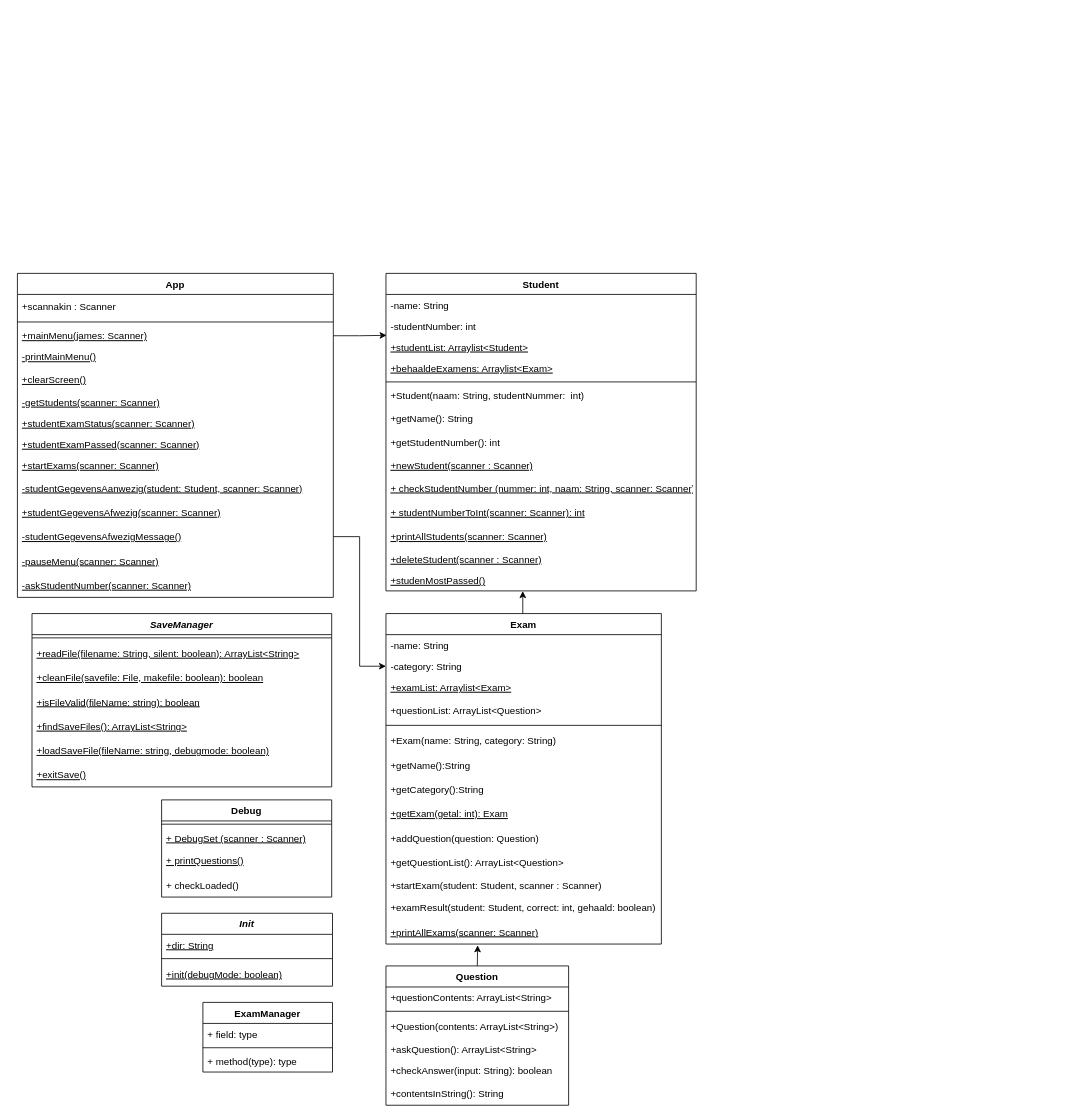
Before: UML.drawio in Studeeric/proj1, a draw.io diagram. Source tidied: cells renumbered, new cells numbered last; positions are measured from the earlier drawing's top-left corner, leaving out a move shared by most shapes. Both pictures are drawn from the tidied source at 81%, with x=0, y=0 at pixel (17, 273).
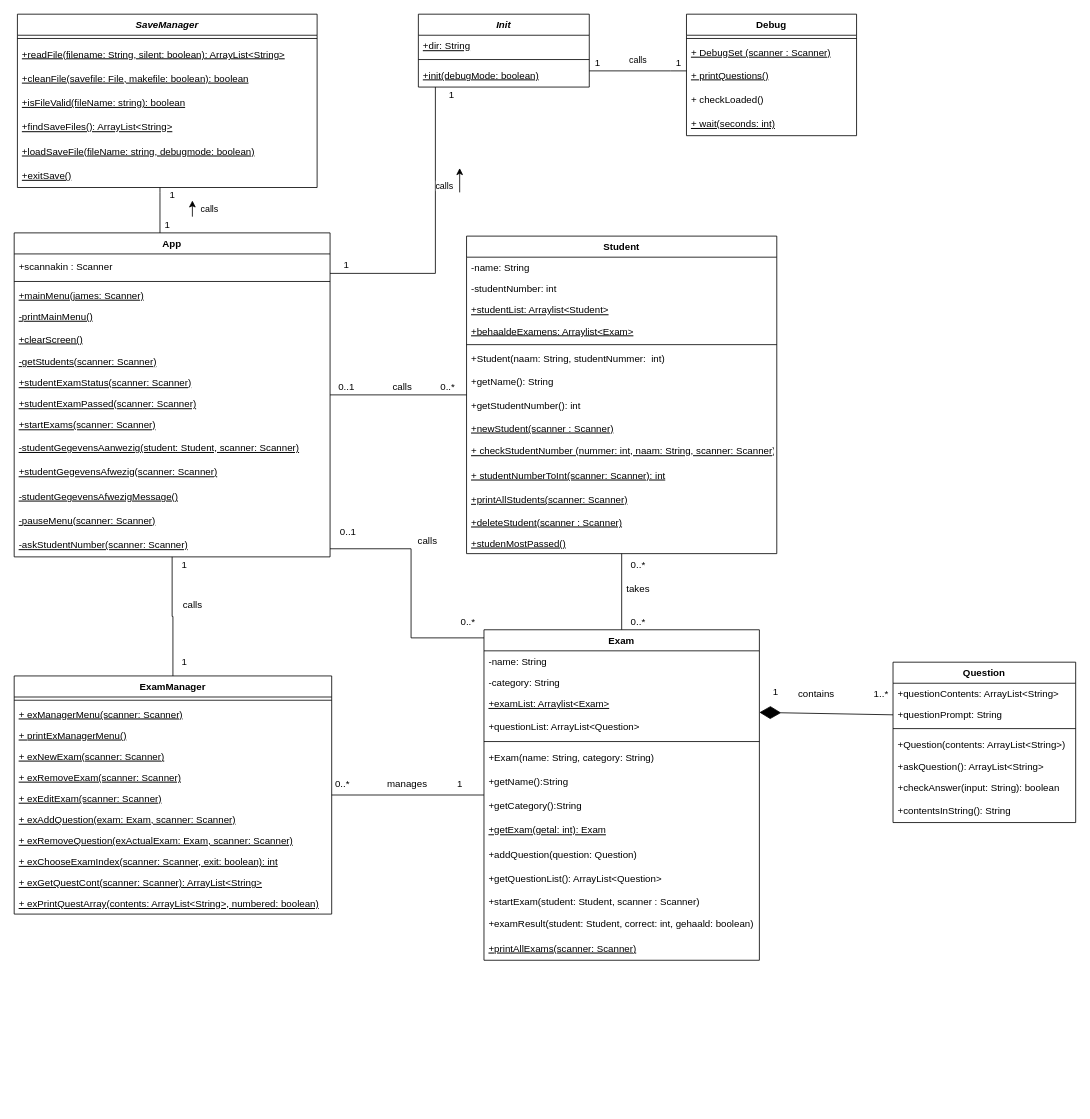
After the change.

Unchanged cells that the change refers to:
```xml
<mxCell id="5" value="+studentList: Arraylist&lt;Student&gt;" style="text;strokeColor=none;fillColor=none;align=left;verticalAlign=top;spacingLeft=4;spacingRight=4;overflow=hidden;points=[[0,0.5],[1,0.5]];portConstraint=eastwest;fontStyle=4;" parent="2" vertex="1">
  <mxGeometry y="78" width="383" height="26" as="geometry" />
</mxCell>
<mxCell id="16" value="+studenMostPassed()" style="text;strokeColor=none;fillColor=none;align=left;verticalAlign=top;spacingLeft=4;spacingRight=4;overflow=hidden;points=[[0,0.5],[1,0.5]];portConstraint=eastwest;fontStyle=4;" parent="2" vertex="1">
  <mxGeometry y="366" width="383" height="26" as="geometry" />
</mxCell>
<mxCell id="20" value="-category: String" style="text;strokeColor=none;fillColor=none;align=left;verticalAlign=top;spacingLeft=4;spacingRight=4;overflow=hidden;points=[[0,0.5],[1,0.5]];portConstraint=eastwest;" parent="18" vertex="1">
  <mxGeometry y="52" width="340" height="26" as="geometry" />
</mxCell>
<mxCell id="32" value="+printAllExams(scanner: Scanner)" style="text;strokeColor=none;fillColor=none;align=left;verticalAlign=middle;spacingLeft=4;spacingRight=4;overflow=hidden;points=[[0,0.5],[1,0.5]];portConstraint=eastwest;fontStyle=4;" parent="18" vertex="1">
  <mxGeometry y="378" width="340" height="30" as="geometry" />
</mxCell>
<mxCell id="36" value="+mainMenu(james: Scanner)" style="text;strokeColor=none;fillColor=none;align=left;verticalAlign=top;spacingLeft=4;spacingRight=4;overflow=hidden;points=[[0,0.5],[1,0.5]];portConstraint=eastwest;fontStyle=4;" parent="33" vertex="1">
  <mxGeometry y="64" width="390" height="26" as="geometry" />
</mxCell>
<mxCell id="45" value="-studentGegevensAfwezigMessage()" style="text;strokeColor=none;fillColor=none;align=left;verticalAlign=middle;spacingLeft=4;spacingRight=4;overflow=hidden;points=[[0,0.5],[1,0.5]];portConstraint=eastwest;fontStyle=4;" parent="33" vertex="1">
  <mxGeometry y="310" width="390" height="30" as="geometry" />
</mxCell>
```

The edit, as a diff of the source:
```diff
@@
     <mxCell id="2" value="Student" style="swimlane;fontStyle=1;align=center;verticalAlign=top;horizontal=1;startSize=26;" parent="1" vertex="1">
-      <mxGeometry x="455" width="383" height="392" as="geometry" />
+      <mxGeometry x="554.5" y="-46" width="383" height="392" as="geometry" />
     </mxCell>
@@
-    <mxCell id="17" style="edgeStyle=orthogonalEdgeStyle;rounded=0;jettySize=auto;html=1;exitX=0.5;exitY=0;exitDx=0;exitDy=0;entryX=0.441;entryY=1.013;entryDx=0;entryDy=0;entryPerimeter=0;" parent="1" edge="1" source="18" target="16">
-      <mxGeometry relative="1" as="geometry" />
-    </mxCell>
     <mxCell id="18" value="Exam" style="swimlane;fontStyle=1;align=center;verticalAlign=top;horizontal=1;startSize=26;" parent="1" vertex="1">
-      <mxGeometry x="455" y="420" width="340" height="408" as="geometry" />
+      <mxGeometry x="576" y="440" width="340" height="408" as="geometry" />
     </mxCell>
@@
     <mxCell id="33" value="App" style="swimlane;fontStyle=1;align=center;verticalAlign=top;horizontal=1;startSize=26;" parent="1" vertex="1">
-      <mxGeometry width="390" height="400" as="geometry" />
+      <mxGeometry x="-4" y="-50" width="390" height="400" as="geometry" />
     </mxCell>
@@
-    <mxCell id="48" style="edgeStyle=orthogonalEdgeStyle;rounded=0;jettySize=auto;html=1;exitX=0.5;exitY=0;exitDx=0;exitDy=0;entryX=0.333;entryY=1.053;entryDx=0;entryDy=0;entryPerimeter=0;" parent="1" edge="1" source="49" target="32">
-      <mxGeometry relative="1" as="geometry" />
-    </mxCell>
     <mxCell id="49" value="Question" style="swimlane;fontStyle=1;align=center;verticalAlign=top;horizontal=1;startSize=26;" parent="1" vertex="1">
-      <mxGeometry x="455" y="855" width="225.5" height="172" as="geometry" />
+      <mxGeometry x="1081" y="480" width="225.5" height="198" as="geometry" />
     </mxCell>
@@
+    <mxCell id="79" value="+questionPrompt: String" style="text;strokeColor=none;fillColor=none;align=left;verticalAlign=top;spacingLeft=4;spacingRight=4;overflow=hidden;points=[[0,0.5],[1,0.5]];portConstraint=eastwest;" parent="49" vertex="1">
+      <mxGeometry y="52" width="225.5" height="26" as="geometry" />
+    </mxCell>
     <mxCell id="51" style="line;strokeWidth=1;fillColor=none;align=left;verticalAlign=middle;spacingTop=-1;spacingLeft=3;spacingRight=3;labelPosition=right;" parent="49" vertex="1">
-      <mxGeometry y="52" width="225.5" height="8" as="geometry" />
+      <mxGeometry y="78" width="225.5" height="8" as="geometry" />
     </mxCell>
     <mxCell id="52" value="+Question(contents: ArrayList&lt;String&gt;)" style="text;strokeColor=none;fillColor=none;align=left;verticalAlign=middle;spacingLeft=4;spacingRight=4;overflow=hidden;" parent="49" vertex="1">
-      <mxGeometry y="60" width="225.5" height="30" as="geometry" />
+      <mxGeometry y="86" width="225.5" height="30" as="geometry" />
     </mxCell>
     <mxCell id="53" value="+askQuestion(): ArrayList&lt;String&gt;" style="text;strokeColor=none;fillColor=none;align=left;verticalAlign=top;spacingLeft=4;spacingRight=4;overflow=hidden;" parent="49" vertex="1">
-      <mxGeometry y="90" width="225.5" height="26" as="geometry" />
+      <mxGeometry y="116" width="225.5" height="26" as="geometry" />
     </mxCell>
     <mxCell id="54" value="+checkAnswer(input: String): boolean&#10;" style="text;strokeColor=none;fillColor=none;align=left;verticalAlign=top;spacingLeft=4;spacingRight=4;overflow=hidden;" parent="49" vertex="1">
-      <mxGeometry y="116" width="225.5" height="26" as="geometry" />
+      <mxGeometry y="142" width="225.5" height="26" as="geometry" />
     </mxCell>
     <mxCell id="55" value="+contentsInString(): String" style="text;strokeColor=none;fillColor=none;align=left;verticalAlign=middle;spacingLeft=4;spacingRight=4;overflow=hidden;" parent="49" vertex="1">
-      <mxGeometry y="142" width="225.5" height="30" as="geometry" />
+      <mxGeometry y="168" width="225.5" height="30" as="geometry" />
     </mxCell>
     <mxCell id="56" value="SaveManager" style="swimlane;fontStyle=3;align=center;verticalAlign=top;horizontal=1;startSize=26;" parent="1" vertex="1">
-      <mxGeometry x="18" y="420" width="370" height="214" as="geometry" />
+      <mxGeometry y="-320" width="370" height="214" as="geometry" />
     </mxCell>
@@
     <mxCell id="64" value="Init" style="swimlane;fontStyle=3;align=center;verticalAlign=top;horizontal=1;startSize=26;" parent="1" vertex="1">
-      <mxGeometry x="178" y="790" width="211" height="90" as="geometry" />
+      <mxGeometry x="495" y="-320" width="211" height="90" as="geometry" />
     </mxCell>
@@
     <mxCell id="68" value="Debug" style="swimlane;fontStyle=1;align=center;verticalAlign=top;horizontal=1;startSize=26;" parent="1" vertex="1">
-      <mxGeometry x="178" y="650" width="210" height="120" as="geometry" />
+      <mxGeometry x="826" y="-320" width="210" height="150" as="geometry" />
     </mxCell>
@@
+    <mxCell id="80" value="+ wait(seconds: int)" style="text;strokeColor=none;fillColor=none;align=left;verticalAlign=middle;spacingLeft=4;spacingRight=4;overflow=hidden;fontStyle=4;" parent="68" vertex="1">
+      <mxGeometry y="120" width="210" height="30" as="geometry" />
+    </mxCell>
     <mxCell id="73" value="ExamManager" style="swimlane;fontStyle=1;align=center;verticalAlign=top;horizontal=1;startSize=26;" parent="1" vertex="1">
-      <mxGeometry x="229" y="900" width="160" height="86" as="geometry" />
+      <mxGeometry x="-4" y="497" width="392" height="294" as="geometry" />
     </mxCell>
-    <mxCell id="74" value="+ field: type" style="text;strokeColor=none;fillColor=none;align=left;verticalAlign=top;spacingLeft=4;spacingRight=4;overflow=hidden;" parent="73" vertex="1">
-      <mxGeometry y="26" width="160" height="26" as="geometry" />
-    </mxCell>
     <mxCell id="75" style="line;strokeWidth=1;fillColor=none;align=left;verticalAlign=middle;spacingTop=-1;spacingLeft=3;spacingRight=3;labelPosition=right;" parent="73" vertex="1">
-      <mxGeometry y="52" width="160" height="8" as="geometry" />
+      <mxGeometry y="26" width="392" height="8" as="geometry" />
     </mxCell>
-    <mxCell id="76" value="+ method(type): type" style="text;strokeColor=none;fillColor=none;align=left;verticalAlign=top;spacingLeft=4;spacingRight=4;overflow=hidden;" parent="73" vertex="1">
-      <mxGeometry y="60" width="160" height="26" as="geometry" />
+    <mxCell id="76" value="+ exManagerMenu(scanner: Scanner)" style="text;strokeColor=none;fillColor=none;align=left;verticalAlign=top;spacingLeft=4;spacingRight=4;overflow=hidden;fontStyle=4;" parent="73" vertex="1">
+      <mxGeometry y="34" width="392" height="26" as="geometry" />
     </mxCell>
-    <mxCell id="77" style="edgeStyle=orthogonalEdgeStyle;rounded=0;jettySize=auto;html=1;exitX=1;exitY=0.5;exitDx=0;exitDy=0;entryX=0.002;entryY=-0.058;entryDx=0;entryDy=0;entryPerimeter=0;" parent="1" edge="1" source="36" target="5">
-      <mxGeometry relative="1" as="geometry" />
-    </mxCell>
-    <mxCell id="78" style="edgeStyle=orthogonalEdgeStyle;rounded=0;jettySize=auto;html=1;exitX=1;exitY=0.5;exitDx=0;exitDy=0;" parent="1" edge="1" source="45" target="20">
-      <mxGeometry relative="1" as="geometry" />
-    </mxCell>
+    <mxCell id="81" value="+ printExManagerMenu()" style="text;strokeColor=none;fillColor=none;align=left;verticalAlign=top;spacingLeft=4;spacingRight=4;overflow=hidden;fontStyle=4;" parent="73" vertex="1">
+      <mxGeometry y="60" width="392" height="26" as="geometry" />
+    </mxCell>
+    <mxCell id="82" value="+ exNewExam(scanner: Scanner)" style="text;strokeColor=none;fillColor=none;align=left;verticalAlign=top;spacingLeft=4;spacingRight=4;overflow=hidden;fontStyle=4;" parent="73" vertex="1">
+      <mxGeometry y="86" width="392" height="26" as="geometry" />
+    </mxCell>
+    <mxCell id="83" value="+ exRemoveExam(scanner: Scanner)" style="text;strokeColor=none;fillColor=none;align=left;verticalAlign=top;spacingLeft=4;spacingRight=4;overflow=hidden;fontStyle=4;" parent="73" vertex="1">
+      <mxGeometry y="112" width="392" height="26" as="geometry" />
+    </mxCell>
+    <mxCell id="84" value="+ exEditExam(scanner: Scanner)" style="text;strokeColor=none;fillColor=none;align=left;verticalAlign=top;spacingLeft=4;spacingRight=4;overflow=hidden;fontStyle=4;" parent="73" vertex="1">
+      <mxGeometry y="138" width="392" height="26" as="geometry" />
+    </mxCell>
+    <mxCell id="85" value="+ exAddQuestion(exam: Exam, scanner: Scanner)" style="text;strokeColor=none;fillColor=none;align=left;verticalAlign=top;spacingLeft=4;spacingRight=4;overflow=hidden;fontStyle=4;" parent="73" vertex="1">
+      <mxGeometry y="164" width="392" height="26" as="geometry" />
+    </mxCell>
+    <mxCell id="86" value="+ exRemoveQuestion(exActualExam: Exam, scanner: Scanner)" style="text;strokeColor=none;fillColor=none;align=left;verticalAlign=top;spacingLeft=4;spacingRight=4;overflow=hidden;fontStyle=4;" parent="73" vertex="1">
+      <mxGeometry y="190" width="392" height="26" as="geometry" />
+    </mxCell>
+    <mxCell id="87" value="+ exChooseExamIndex(scanner: Scanner, exit: boolean): int" style="text;strokeColor=none;fillColor=none;align=left;verticalAlign=top;spacingLeft=4;spacingRight=4;overflow=hidden;fontStyle=4;" parent="73" vertex="1">
+      <mxGeometry y="216" width="392" height="26" as="geometry" />
+    </mxCell>
+    <mxCell id="88" value="+ exGetQuestCont(scanner: Scanner): ArrayList&lt;String&gt;" style="text;strokeColor=none;fillColor=none;align=left;verticalAlign=top;spacingLeft=4;spacingRight=4;overflow=hidden;fontStyle=4;" parent="73" vertex="1">
+      <mxGeometry y="242" width="392" height="26" as="geometry" />
+    </mxCell>
+    <mxCell id="89" value="+ exPrintQuestArray(contents: ArrayList&lt;String&gt;, numbered: boolean)" style="text;strokeColor=none;fillColor=none;align=left;verticalAlign=top;spacingLeft=4;spacingRight=4;overflow=hidden;fontStyle=4;" parent="73" vertex="1">
+      <mxGeometry y="268" width="392" height="26" as="geometry" />
+    </mxCell>
+    <mxCell id="90" style="endArrow=diamondThin;endFill=1;endSize=24;html=1;rounded=0;entryX=1;entryY=0.25;entryDx=0;entryDy=0;exitX=0;exitY=0.5;exitDx=0;exitDy=0;" parent="1" edge="1" source="79" target="18">
+      <mxGeometry relative="1" as="geometry" />
+    </mxCell>
+    <mxCell id="91" value="contains" style="text;html=1;align=center;verticalAlign=middle;strokeColor=none;fillColor=none;" parent="1" vertex="1">
+      <mxGeometry x="956" y="510" width="60" height="20" as="geometry" />
+    </mxCell>
+    <mxCell id="92" value="1..*" style="text;html=1;align=center;verticalAlign=middle;strokeColor=none;fillColor=none;" parent="1" vertex="1">
+      <mxGeometry x="1051" y="510" width="30" height="20" as="geometry" />
+    </mxCell>
+    <mxCell id="93" value="1" style="text;html=1;align=center;verticalAlign=middle;strokeColor=none;fillColor=none;" parent="1" vertex="1">
+      <mxGeometry x="926" y="507" width="20" height="20" as="geometry" />
+    </mxCell>
+    <mxCell id="94" style="endArrow=none;html=1;edgeStyle=orthogonalEdgeStyle;rounded=0;" parent="1" edge="1" source="73" target="18">
+      <mxGeometry relative="1" as="geometry" />
+    </mxCell>
+    <mxCell id="95" value="manages" style="text;html=1;align=center;verticalAlign=middle;strokeColor=none;fillColor=none;" parent="1" vertex="1">
+      <mxGeometry x="446" y="620" width="70" height="20" as="geometry" />
+    </mxCell>
+    <mxCell id="96" value="0..*" style="text;html=1;align=center;verticalAlign=middle;strokeColor=none;fillColor=none;" parent="1" vertex="1">
+      <mxGeometry x="386" y="620" width="30" height="20" as="geometry" />
+    </mxCell>
+    <mxCell id="97" value="1" style="text;html=1;align=center;verticalAlign=middle;strokeColor=none;fillColor=none;" parent="1" vertex="1">
+      <mxGeometry x="536" y="620" width="20" height="20" as="geometry" />
+    </mxCell>
+    <mxCell id="98" style="endArrow=none;html=1;edgeStyle=orthogonalEdgeStyle;rounded=0;" parent="1" edge="1" source="33" target="73">
+      <mxGeometry relative="1" as="geometry" />
+    </mxCell>
+    <mxCell id="99" style="endArrow=none;html=1;edgeStyle=orthogonalEdgeStyle;rounded=0;" parent="1" edge="1" source="33" target="2">
+      <mxGeometry relative="1" as="geometry" />
+    </mxCell>
+    <mxCell id="100" style="endArrow=none;html=1;edgeStyle=orthogonalEdgeStyle;rounded=0;" parent="1" edge="1" source="33" target="18">
+      <mxGeometry relative="1" as="geometry">
+        <Array as="points">
+          <mxPoint x="486" y="340" />
+          <mxPoint x="486" y="450" />
+        </Array>
+      </mxGeometry>
+    </mxCell>
+    <mxCell id="101" value="calls" style="text;html=1;align=center;verticalAlign=middle;strokeColor=none;fillColor=none;" parent="1" vertex="1">
+      <mxGeometry x="196" y="400" width="40" height="20" as="geometry" />
+    </mxCell>
+    <mxCell id="102" value="1" style="text;html=1;align=center;verticalAlign=middle;strokeColor=none;fillColor=none;" parent="1" vertex="1">
+      <mxGeometry x="196" y="470" width="20" height="20" as="geometry" />
+    </mxCell>
+    <mxCell id="103" value="1" style="text;html=1;align=center;verticalAlign=middle;strokeColor=none;fillColor=none;" parent="1" vertex="1">
+      <mxGeometry x="196" y="350" width="20" height="20" as="geometry" />
+    </mxCell>
+    <mxCell id="104" value="calls" style="text;html=1;align=center;verticalAlign=middle;strokeColor=none;fillColor=none;" parent="1" vertex="1">
+      <mxGeometry x="486" y="320" width="40" height="20" as="geometry" />
+    </mxCell>
+    <mxCell id="105" value="calls" style="text;html=1;align=center;verticalAlign=middle;strokeColor=none;fillColor=none;" parent="1" vertex="1">
+      <mxGeometry x="455" y="130" width="40" height="20" as="geometry" />
+    </mxCell>
+    <mxCell id="106" value="0..*" style="text;html=1;align=center;verticalAlign=middle;strokeColor=none;fillColor=none;" parent="1" vertex="1">
+      <mxGeometry x="541" y="420" width="30" height="20" as="geometry" />
+    </mxCell>
+    <mxCell id="107" value="0..1" style="text;html=1;align=center;verticalAlign=middle;strokeColor=none;fillColor=none;" parent="1" vertex="1">
+      <mxGeometry x="388" y="310" width="40" height="20" as="geometry" />
+    </mxCell>
+    <mxCell id="108" value="0..*" style="text;html=1;align=center;verticalAlign=middle;strokeColor=none;fillColor=none;" parent="1" vertex="1">
+      <mxGeometry x="516" y="130" width="30" height="20" as="geometry" />
+    </mxCell>
+    <mxCell id="109" value="0..1" style="text;html=1;align=center;verticalAlign=middle;strokeColor=none;fillColor=none;" parent="1" vertex="1">
+      <mxGeometry x="386" y="130" width="40" height="20" as="geometry" />
+    </mxCell>
+    <mxCell id="110" style="endArrow=none;html=1;edgeStyle=orthogonalEdgeStyle;rounded=0;" parent="1" edge="1" source="2" target="18">
+      <mxGeometry relative="1" as="geometry" />
+    </mxCell>
+    <mxCell id="111" value="takes" style="text;html=1;align=center;verticalAlign=middle;strokeColor=none;fillColor=none;" parent="1" vertex="1">
+      <mxGeometry x="741" y="380" width="50" height="20" as="geometry" />
+    </mxCell>
+    <mxCell id="112" value="0..*" style="text;html=1;align=center;verticalAlign=middle;strokeColor=none;fillColor=none;" parent="1" vertex="1">
+      <mxGeometry x="751" y="350" width="30" height="20" as="geometry" />
+    </mxCell>
+    <mxCell id="113" value="0..*" style="text;html=1;align=center;verticalAlign=middle;strokeColor=none;fillColor=none;" parent="1" vertex="1">
+      <mxGeometry x="751" y="420" width="30" height="20" as="geometry" />
+    </mxCell>
+    <mxCell id="114" style="endArrow=none;html=1;edgeStyle=orthogonalEdgeStyle;rounded=0;" parent="1" edge="1" source="33" target="64">
+      <mxGeometry relative="1" as="geometry">
+        <Array as="points">
+          <mxPoint x="516" />
+        </Array>
+      </mxGeometry>
+    </mxCell>
+    <mxCell id="115" value="calls" style="edgeLabel;html=1;align=center;verticalAlign=middle;" parent="114" vertex="1">
+      <mxGeometry x="0.19" relative="1" as="geometry">
+        <mxPoint x="10" y="-25" as="offset" />
+      </mxGeometry>
+    </mxCell>
+    <mxCell id="116" value="1" style="text;html=1;align=center;verticalAlign=middle;strokeColor=none;fillColor=none;" parent="1" vertex="1">
+      <mxGeometry x="526" y="-230" width="20" height="20" as="geometry" />
+    </mxCell>
+    <mxCell id="117" value="1" style="text;html=1;align=center;verticalAlign=middle;strokeColor=none;fillColor=none;" parent="1" vertex="1">
+      <mxGeometry x="396" y="-20" width="20" height="20" as="geometry" />
+    </mxCell>
+    <mxCell id="118" style="endArrow=none;html=1;edgeStyle=orthogonalEdgeStyle;rounded=0;" parent="1" edge="1" source="33" target="56">
+      <mxGeometry relative="1" as="geometry">
+        <Array as="points">
+          <mxPoint x="176" y="-100" />
+          <mxPoint x="176" y="-100" />
+        </Array>
+      </mxGeometry>
+    </mxCell>
+    <mxCell id="119" value="calls" style="edgeLabel;html=1;align=center;verticalAlign=middle;" parent="118" vertex="1">
+      <mxGeometry x="0.19" relative="1" as="geometry">
+        <mxPoint x="60" y="3" as="offset" />
+      </mxGeometry>
+    </mxCell>
+    <mxCell id="120" value="1" style="text;html=1;align=center;verticalAlign=middle;strokeColor=none;fillColor=none;" parent="1" vertex="1">
+      <mxGeometry x="175" y="-70" width="20" height="20" as="geometry" />
+    </mxCell>
+    <mxCell id="121" value="1" style="text;html=1;align=center;verticalAlign=middle;strokeColor=none;fillColor=none;" parent="1" vertex="1">
+      <mxGeometry x="181" y="-106" width="20" height="20" as="geometry" />
+    </mxCell>
+    <mxCell id="122" style="endArrow=classic;html=1;rounded=0;" parent="1" edge="1">
+      <mxGeometry relative="1" as="geometry">
+        <mxPoint x="216" y="-70" as="sourcePoint" />
+        <mxPoint x="216" y="-90" as="targetPoint" />
+      </mxGeometry>
+    </mxCell>
+    <mxCell id="123" style="endArrow=classic;html=1;rounded=0;" parent="1" edge="1">
+      <mxGeometry relative="1" as="geometry">
+        <mxPoint x="546" y="-100" as="sourcePoint" />
+        <mxPoint x="546" y="-130" as="targetPoint" />
+      </mxGeometry>
+    </mxCell>
+    <mxCell id="124" style="endArrow=none;html=1;edgeStyle=orthogonalEdgeStyle;rounded=0;" parent="1" edge="1" source="64" target="68">
+      <mxGeometry relative="1" as="geometry">
+        <Array as="points">
+          <mxPoint x="806" y="-250" />
+          <mxPoint x="806" y="-250" />
+        </Array>
+      </mxGeometry>
+    </mxCell>
+    <mxCell id="125" value="calls" style="edgeLabel;html=1;align=center;verticalAlign=middle;" parent="124" vertex="1">
+      <mxGeometry x="0.19" relative="1" as="geometry">
+        <mxPoint x="-12" y="-14" as="offset" />
+      </mxGeometry>
+    </mxCell>
+    <mxCell id="126" value="1" style="text;html=1;align=center;verticalAlign=middle;strokeColor=none;fillColor=none;" parent="1" vertex="1">
+      <mxGeometry x="706" y="-270" width="20" height="20" as="geometry" />
+    </mxCell>
+    <mxCell id="127" value="1" style="text;html=1;align=center;verticalAlign=middle;strokeColor=none;fillColor=none;" parent="1" vertex="1">
+      <mxGeometry x="806" y="-270" width="20" height="20" as="geometry" />
+    </mxCell>
```
